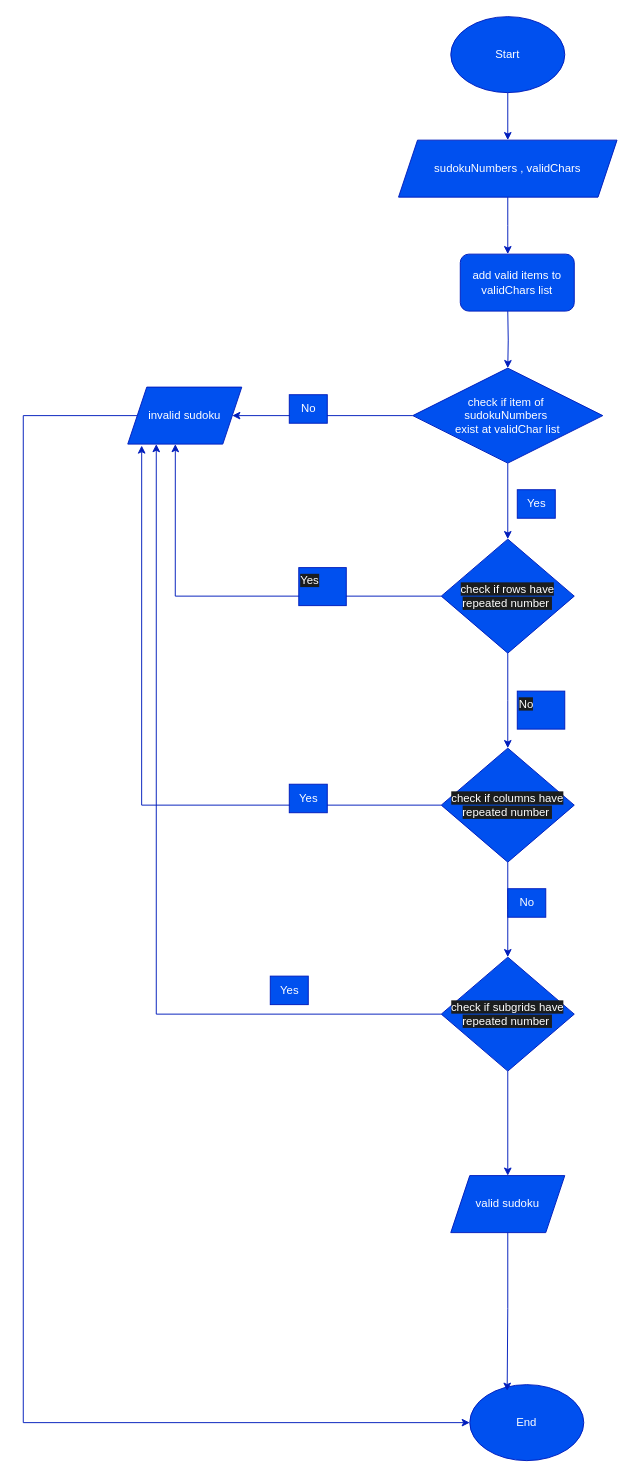
Before: Sudoku.drawio in khaledeid1k/SudokuChecker, a draw.io diagram. Source tidied: cells renumbered, new cells numbered last; positions are measured from the earlier drawing's top-left corner, leaving out a move shared by most shapes. Both pictures are drawn from the tidied source at 95%, with x=0, y=0 at pixel (23, 16).
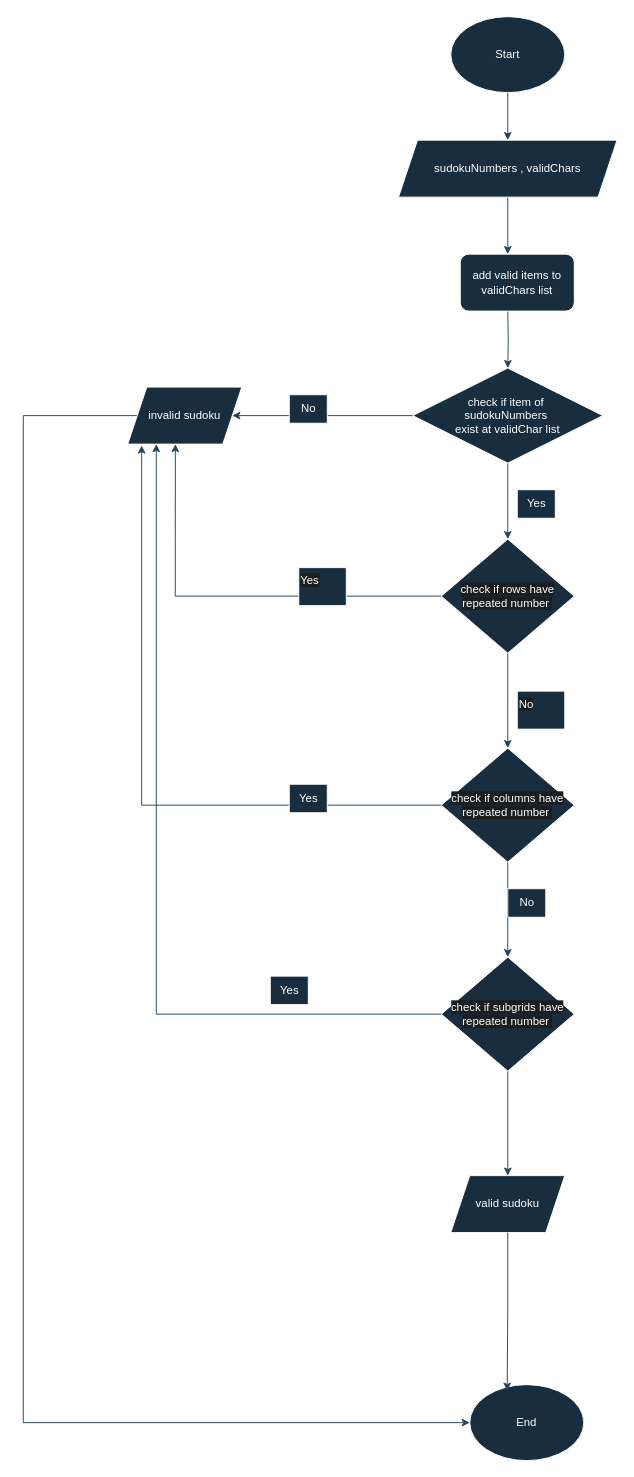
Above is the later version.

Commit message (it also covers changes not shown here):
add flow chart

Diff of the diagram source:
```diff
@@
-    <mxCell id="2" style="edgeStyle=orthogonalEdgeStyle;rounded=0;jettySize=auto;html=1;fillColor=#0050ef;strokeColor=#001DBC;" parent="1" edge="1" source="3" target="5">
+    <mxCell id="2" style="edgeStyle=orthogonalEdgeStyle;rounded=0;jettySize=auto;html=1;strokeColor=#23445D;labelBackgroundColor=none;fontColor=default;" parent="1" edge="1" source="3" target="5">
       <mxGeometry relative="1" as="geometry" />
     </mxCell>
-    <mxCell id="3" value="Start" style="ellipse;whiteSpace=wrap;html=1;fillColor=#0050ef;fontColor=#ffffff;strokeColor=#001DBC;" parent="1" vertex="1">
+    <mxCell id="3" value="Start" style="ellipse;whiteSpace=wrap;html=1;fillColor=#182E3E;fontColor=#FFFFFF;strokeColor=#FFFFFF;labelBackgroundColor=none;" parent="1" vertex="1">
       <mxGeometry x="450" width="120" height="80" as="geometry" />
     </mxCell>
-    <mxCell id="4" style="edgeStyle=orthogonalEdgeStyle;rounded=0;jettySize=auto;html=1;fillColor=#0050ef;strokeColor=#001DBC;" parent="1" edge="1" source="5">
+    <mxCell id="4" style="edgeStyle=orthogonalEdgeStyle;rounded=0;jettySize=auto;html=1;strokeColor=#23445D;labelBackgroundColor=none;fontColor=default;" parent="1" edge="1" source="5">
       <mxGeometry relative="1" as="geometry">
         <mxPoint x="510" y="250" as="targetPoint" />
       </mxGeometry>
     </mxCell>
-    <mxCell id="5" value="sudokuNumbers ,&amp;nbsp;validChars" style="shape=parallelogram;perimeter=parallelogramPerimeter;whiteSpace=wrap;html=1;fixedSize=1;fillColor=#0050ef;fontColor=#ffffff;strokeColor=#001DBC;" parent="1" vertex="1">
+    <mxCell id="5" value="sudokuNumbers ,&amp;nbsp;validChars" style="shape=parallelogram;perimeter=parallelogramPerimeter;whiteSpace=wrap;html=1;fixedSize=1;fillColor=#182E3E;fontColor=#FFFFFF;strokeColor=#FFFFFF;labelBackgroundColor=none;" parent="1" vertex="1">
       <mxGeometry x="395" y="130" width="230" height="60" as="geometry" />
     </mxCell>
-    <mxCell id="6" style="edgeStyle=orthogonalEdgeStyle;rounded=0;jettySize=auto;html=1;fillColor=#0050ef;strokeColor=#001DBC;" parent="1" edge="1" target="9">
+    <mxCell id="6" style="edgeStyle=orthogonalEdgeStyle;rounded=0;jettySize=auto;html=1;strokeColor=#23445D;labelBackgroundColor=none;fontColor=default;" parent="1" edge="1" target="9">
       <mxGeometry relative="1" as="geometry">
         <mxPoint x="510" y="310" as="sourcePoint" />
       </mxGeometry>
     </mxCell>
-    <mxCell id="7" style="edgeStyle=orthogonalEdgeStyle;rounded=0;jettySize=auto;html=1;fillColor=#0050ef;strokeColor=#001DBC;" parent="1" edge="1" source="9">
+    <mxCell id="7" style="edgeStyle=orthogonalEdgeStyle;rounded=0;jettySize=auto;html=1;strokeColor=#23445D;labelBackgroundColor=none;fontColor=default;" parent="1" edge="1" source="9">
       <mxGeometry relative="1" as="geometry">
         <mxPoint x="220" y="420" as="targetPoint" />
       </mxGeometry>
     </mxCell>
-    <mxCell id="8" style="edgeStyle=orthogonalEdgeStyle;rounded=0;jettySize=auto;html=1;fillColor=#0050ef;strokeColor=#001DBC;" parent="1" edge="1" source="9" target="17">
+    <mxCell id="8" style="edgeStyle=orthogonalEdgeStyle;rounded=0;jettySize=auto;html=1;strokeColor=#23445D;labelBackgroundColor=none;fontColor=default;" parent="1" edge="1" source="9" target="17">
       <mxGeometry relative="1" as="geometry" />
     </mxCell>
-    <mxCell id="9" value="check if item of&amp;nbsp;&lt;div&gt;sudokuNumbers&amp;nbsp;&lt;/div&gt;&lt;div&gt;exist at validChar list&lt;/div&gt;" style="rhombus;whiteSpace=wrap;html=1;rounded=0;fillColor=#0050ef;fontColor=#ffffff;strokeColor=#001DBC;" parent="1" vertex="1">
+    <mxCell id="9" value="check if item of&amp;nbsp;&lt;div&gt;sudokuNumbers&amp;nbsp;&lt;/div&gt;&lt;div&gt;exist at validChar list&lt;/div&gt;" style="rhombus;whiteSpace=wrap;html=1;rounded=0;fillColor=#182E3E;fontColor=#FFFFFF;strokeColor=#FFFFFF;labelBackgroundColor=none;" parent="1" vertex="1">
       <mxGeometry x="410" y="370" width="200" height="100" as="geometry" />
     </mxCell>
-    <mxCell id="10" value="No" style="text;html=1;align=center;verticalAlign=middle;fillColor=#0050ef;fontColor=#ffffff;strokeColor=#001DBC;" parent="1" vertex="1">
+    <mxCell id="10" value="No" style="text;html=1;align=center;verticalAlign=middle;fillColor=#182E3E;fontColor=#FFFFFF;strokeColor=#FFFFFF;labelBackgroundColor=none;" parent="1" vertex="1">
       <mxGeometry x="280" y="398" width="40" height="30" as="geometry" />
     </mxCell>
-    <mxCell id="11" value="End" style="ellipse;whiteSpace=wrap;html=1;fillColor=#0050ef;fontColor=#ffffff;strokeColor=#001DBC;" parent="1" vertex="1">
+    <mxCell id="11" value="End" style="ellipse;whiteSpace=wrap;html=1;fillColor=#182E3E;fontColor=#FFFFFF;strokeColor=#FFFFFF;labelBackgroundColor=none;" parent="1" vertex="1">
       <mxGeometry x="470" y="1440" width="120" height="80" as="geometry" />
     </mxCell>
-    <mxCell id="12" style="edgeStyle=orthogonalEdgeStyle;rounded=0;jettySize=auto;html=1;entryX=0;entryY=0.5;entryDx=0;entryDy=0;fillColor=#0050ef;strokeColor=#001DBC;" parent="1" edge="1" source="13" target="11">
+    <mxCell id="12" style="edgeStyle=orthogonalEdgeStyle;rounded=0;jettySize=auto;html=1;entryX=0;entryY=0.5;entryDx=0;entryDy=0;strokeColor=#23445D;labelBackgroundColor=none;fontColor=default;" parent="1" edge="1" source="13" target="11">
       <mxGeometry relative="1" as="geometry">
         <Array as="points">
           <mxPoint y="420" />
           <mxPoint y="1480" />
           <mxPoint x="470" y="1480" />
         </Array>
       </mxGeometry>
     </mxCell>
-    <mxCell id="13" value="invalid&amp;nbsp;sudoku" style="shape=parallelogram;perimeter=parallelogramPerimeter;whiteSpace=wrap;html=1;fixedSize=1;fillColor=#0050ef;fontColor=#ffffff;strokeColor=#001DBC;" parent="1" vertex="1">
+    <mxCell id="13" value="invalid&amp;nbsp;sudoku" style="shape=parallelogram;perimeter=parallelogramPerimeter;whiteSpace=wrap;html=1;fixedSize=1;fillColor=#182E3E;fontColor=#FFFFFF;strokeColor=#FFFFFF;labelBackgroundColor=none;" parent="1" vertex="1">
       <mxGeometry x="110" y="390" width="120" height="60" as="geometry" />
     </mxCell>
-    <mxCell id="14" value="Yes" style="text;html=1;align=center;verticalAlign=middle;fillColor=#0050ef;fontColor=#ffffff;strokeColor=#001DBC;" parent="1" vertex="1">
+    <mxCell id="14" value="Yes" style="text;html=1;align=center;verticalAlign=middle;fillColor=#182E3E;fontColor=#FFFFFF;strokeColor=#FFFFFF;labelBackgroundColor=none;" parent="1" vertex="1">
       <mxGeometry x="520" y="498" width="40" height="30" as="geometry" />
     </mxCell>
-    <mxCell id="15" value="add valid items to validChars list" style="rounded=1;whiteSpace=wrap;html=1;fillColor=#0050ef;fontColor=#ffffff;strokeColor=#001DBC;" parent="1" vertex="1">
+    <mxCell id="15" value="add valid items to validChars list" style="rounded=1;whiteSpace=wrap;html=1;fillColor=#182E3E;fontColor=#FFFFFF;strokeColor=#FFFFFF;labelBackgroundColor=none;" parent="1" vertex="1">
       <mxGeometry x="460" y="250" width="120" height="60" as="geometry" />
     </mxCell>
-    <mxCell id="16" style="edgeStyle=orthogonalEdgeStyle;rounded=0;jettySize=auto;html=1;fillColor=#0050ef;strokeColor=#001DBC;" parent="1" edge="1" source="17">
+    <mxCell id="16" style="edgeStyle=orthogonalEdgeStyle;rounded=0;jettySize=auto;html=1;strokeColor=#23445D;labelBackgroundColor=none;fontColor=default;" parent="1" edge="1" source="17">
       <mxGeometry relative="1" as="geometry">
         <mxPoint x="510" y="770" as="targetPoint" />
       </mxGeometry>
     </mxCell>
-    <mxCell id="17" value="&lt;br&gt;&lt;span style=&quot;color: rgb(255, 255, 255); font-family: Helvetica; font-size: 12px; font-style: normal; font-variant-ligatures: normal; font-variant-caps: normal; font-weight: 400; letter-spacing: normal; orphans: 2; text-align: center; text-indent: 0px; text-transform: none; widows: 2; word-spacing: 0px; -webkit-text-stroke-width: 0px; white-space: normal; background-color: rgb(27, 29, 30); text-decoration-thickness: initial; text-decoration-style: initial; text-decoration-color: initial; display: inline !important; float: none;&quot;&gt;check if rows have repeated number&amp;nbsp;&lt;/span&gt;&lt;div&gt;&lt;br/&gt;&lt;/div&gt;" style="rhombus;whiteSpace=wrap;html=1;fillColor=#0050ef;fontColor=#ffffff;strokeColor=#001DBC;" parent="1" vertex="1">
+    <mxCell id="17" value="&lt;br&gt;&lt;span style=&quot;color: rgb(255, 255, 255); font-family: Helvetica; font-size: 12px; font-style: normal; font-variant-ligatures: normal; font-variant-caps: normal; font-weight: 400; letter-spacing: normal; orphans: 2; text-align: center; text-indent: 0px; text-transform: none; widows: 2; word-spacing: 0px; -webkit-text-stroke-width: 0px; white-space: normal; background-color: rgb(27, 29, 30); text-decoration-thickness: initial; text-decoration-style: initial; text-decoration-color: initial; display: inline !important; float: none;&quot;&gt;check if rows have repeated number&amp;nbsp;&lt;/span&gt;&lt;div&gt;&lt;br/&gt;&lt;/div&gt;" style="rhombus;whiteSpace=wrap;html=1;fillColor=#182E3E;fontColor=#FFFFFF;strokeColor=#FFFFFF;labelBackgroundColor=none;" parent="1" vertex="1">
       <mxGeometry x="440" y="550" width="140" height="120" as="geometry" />
     </mxCell>
-    <mxCell id="18" style="edgeStyle=orthogonalEdgeStyle;rounded=0;jettySize=auto;html=1;entryX=0.417;entryY=1;entryDx=0;entryDy=0;entryPerimeter=0;fillColor=#0050ef;strokeColor=#001DBC;" parent="1" edge="1" source="17" target="13">
+    <mxCell id="18" style="edgeStyle=orthogonalEdgeStyle;rounded=0;jettySize=auto;html=1;entryX=0.417;entryY=1;entryDx=0;entryDy=0;entryPerimeter=0;strokeColor=#23445D;labelBackgroundColor=none;fontColor=default;" parent="1" edge="1" source="17" target="13">
       <mxGeometry relative="1" as="geometry" />
     </mxCell>
-    <mxCell id="19" value="&lt;span style=&quot;color: rgb(255, 255, 255); font-family: Helvetica; font-size: 12px; font-style: normal; font-variant-ligatures: normal; font-variant-caps: normal; font-weight: 400; letter-spacing: normal; orphans: 2; text-align: center; text-indent: 0px; text-transform: none; widows: 2; word-spacing: 0px; -webkit-text-stroke-width: 0px; white-space: nowrap; background-color: rgb(27, 29, 30); text-decoration-thickness: initial; text-decoration-style: initial; text-decoration-color: initial; display: inline !important; float: none;&quot;&gt;Yes&lt;/span&gt;" style="text;whiteSpace=wrap;html=1;fillColor=#0050ef;fontColor=#ffffff;strokeColor=#001DBC;" parent="1" vertex="1">
+    <mxCell id="19" value="&lt;span style=&quot;color: rgb(255, 255, 255); font-family: Helvetica; font-size: 12px; font-style: normal; font-variant-ligatures: normal; font-variant-caps: normal; font-weight: 400; letter-spacing: normal; orphans: 2; text-align: center; text-indent: 0px; text-transform: none; widows: 2; word-spacing: 0px; -webkit-text-stroke-width: 0px; white-space: nowrap; background-color: rgb(27, 29, 30); text-decoration-thickness: initial; text-decoration-style: initial; text-decoration-color: initial; display: inline !important; float: none;&quot;&gt;Yes&lt;/span&gt;" style="text;whiteSpace=wrap;html=1;fillColor=#182E3E;fontColor=#FFFFFF;strokeColor=#FFFFFF;labelBackgroundColor=none;" parent="1" vertex="1">
       <mxGeometry x="290" y="580" width="50" height="40" as="geometry" />
     </mxCell>
-    <mxCell id="20" value="&lt;span style=&quot;color: rgb(255, 255, 255); font-family: Helvetica; font-size: 12px; font-style: normal; font-variant-ligatures: normal; font-variant-caps: normal; font-weight: 400; letter-spacing: normal; orphans: 2; text-align: center; text-indent: 0px; text-transform: none; widows: 2; word-spacing: 0px; -webkit-text-stroke-width: 0px; white-space: nowrap; background-color: rgb(27, 29, 30); text-decoration-thickness: initial; text-decoration-style: initial; text-decoration-color: initial; display: inline !important; float: none;&quot;&gt;No&lt;/span&gt;" style="text;whiteSpace=wrap;html=1;fillColor=#0050ef;fontColor=#ffffff;strokeColor=#001DBC;" parent="1" vertex="1">
+    <mxCell id="20" value="&lt;span style=&quot;color: rgb(255, 255, 255); font-family: Helvetica; font-size: 12px; font-style: normal; font-variant-ligatures: normal; font-variant-caps: normal; font-weight: 400; letter-spacing: normal; orphans: 2; text-align: center; text-indent: 0px; text-transform: none; widows: 2; word-spacing: 0px; -webkit-text-stroke-width: 0px; white-space: nowrap; background-color: rgb(27, 29, 30); text-decoration-thickness: initial; text-decoration-style: initial; text-decoration-color: initial; display: inline !important; float: none;&quot;&gt;No&lt;/span&gt;" style="text;whiteSpace=wrap;html=1;fillColor=#182E3E;fontColor=#FFFFFF;strokeColor=#FFFFFF;labelBackgroundColor=none;" parent="1" vertex="1">
       <mxGeometry x="520" y="710" width="50" height="40" as="geometry" />
     </mxCell>
-    <mxCell id="21" style="edgeStyle=orthogonalEdgeStyle;rounded=0;jettySize=auto;html=1;fillColor=#0050ef;strokeColor=#001DBC;" parent="1" edge="1" source="22">
+    <mxCell id="21" style="edgeStyle=orthogonalEdgeStyle;rounded=0;jettySize=auto;html=1;strokeColor=#23445D;labelBackgroundColor=none;fontColor=default;" parent="1" edge="1" source="22">
       <mxGeometry relative="1" as="geometry">
         <mxPoint x="510" y="990" as="targetPoint" />
       </mxGeometry>
     </mxCell>
-    <mxCell id="22" value="&lt;br&gt;&lt;span style=&quot;color: rgb(255, 255, 255); font-family: Helvetica; font-size: 12px; font-style: normal; font-variant-ligatures: normal; font-variant-caps: normal; font-weight: 400; letter-spacing: normal; orphans: 2; text-align: center; text-indent: 0px; text-transform: none; widows: 2; word-spacing: 0px; -webkit-text-stroke-width: 0px; white-space: normal; background-color: rgb(27, 29, 30); text-decoration-thickness: initial; text-decoration-style: initial; text-decoration-color: initial; display: inline !important; float: none;&quot;&gt;check if columns have repeated number&amp;nbsp;&lt;/span&gt;&lt;div&gt;&lt;br&gt;&lt;/div&gt;" style="rhombus;whiteSpace=wrap;html=1;fillColor=#0050ef;fontColor=#ffffff;strokeColor=#001DBC;" parent="1" vertex="1">
+    <mxCell id="22" value="&lt;br&gt;&lt;span style=&quot;color: rgb(255, 255, 255); font-family: Helvetica; font-size: 12px; font-style: normal; font-variant-ligatures: normal; font-variant-caps: normal; font-weight: 400; letter-spacing: normal; orphans: 2; text-align: center; text-indent: 0px; text-transform: none; widows: 2; word-spacing: 0px; -webkit-text-stroke-width: 0px; white-space: normal; background-color: rgb(27, 29, 30); text-decoration-thickness: initial; text-decoration-style: initial; text-decoration-color: initial; display: inline !important; float: none;&quot;&gt;check if columns have repeated number&amp;nbsp;&lt;/span&gt;&lt;div&gt;&lt;br&gt;&lt;/div&gt;" style="rhombus;whiteSpace=wrap;html=1;fillColor=#182E3E;fontColor=#FFFFFF;strokeColor=#FFFFFF;labelBackgroundColor=none;" parent="1" vertex="1">
       <mxGeometry x="440" y="770" width="140" height="120" as="geometry" />
     </mxCell>
-    <mxCell id="23" style="edgeStyle=orthogonalEdgeStyle;rounded=0;jettySize=auto;html=1;entryX=0.122;entryY=1.025;entryDx=0;entryDy=0;entryPerimeter=0;fillColor=#0050ef;strokeColor=#001DBC;" parent="1" edge="1" source="22" target="13">
+    <mxCell id="23" style="edgeStyle=orthogonalEdgeStyle;rounded=0;jettySize=auto;html=1;entryX=0.122;entryY=1.025;entryDx=0;entryDy=0;entryPerimeter=0;strokeColor=#23445D;labelBackgroundColor=none;fontColor=default;" parent="1" edge="1" source="22" target="13">
       <mxGeometry relative="1" as="geometry" />
     </mxCell>
-    <mxCell id="24" value="Yes" style="text;html=1;align=center;verticalAlign=middle;fillColor=#0050ef;fontColor=#ffffff;strokeColor=#001DBC;" parent="1" vertex="1">
+    <mxCell id="24" value="Yes" style="text;html=1;align=center;verticalAlign=middle;fillColor=#182E3E;fontColor=#FFFFFF;strokeColor=#FFFFFF;labelBackgroundColor=none;" parent="1" vertex="1">
       <mxGeometry x="280" y="808" width="40" height="30" as="geometry" />
     </mxCell>
-    <mxCell id="25" style="edgeStyle=orthogonalEdgeStyle;rounded=0;jettySize=auto;html=1;entryX=0.25;entryY=1;entryDx=0;entryDy=0;fillColor=#0050ef;strokeColor=#001DBC;" parent="1" edge="1" source="27" target="13">
+    <mxCell id="25" style="edgeStyle=orthogonalEdgeStyle;rounded=0;jettySize=auto;html=1;entryX=0.25;entryY=1;entryDx=0;entryDy=0;strokeColor=#23445D;labelBackgroundColor=none;fontColor=default;" parent="1" edge="1" source="27" target="13">
       <mxGeometry relative="1" as="geometry" />
     </mxCell>
-    <mxCell id="26" style="edgeStyle=orthogonalEdgeStyle;rounded=0;jettySize=auto;html=1;fillColor=#0050ef;strokeColor=#001DBC;" parent="1" edge="1" source="27" target="30">
+    <mxCell id="26" style="edgeStyle=orthogonalEdgeStyle;rounded=0;jettySize=auto;html=1;strokeColor=#23445D;labelBackgroundColor=none;fontColor=default;" parent="1" edge="1" source="27" target="30">
       <mxGeometry relative="1" as="geometry" />
     </mxCell>
-    <mxCell id="27" value="&lt;br&gt;&lt;span style=&quot;color: rgb(255, 255, 255); font-family: Helvetica; font-size: 12px; font-style: normal; font-variant-ligatures: normal; font-variant-caps: normal; font-weight: 400; letter-spacing: normal; orphans: 2; text-align: center; text-indent: 0px; text-transform: none; widows: 2; word-spacing: 0px; -webkit-text-stroke-width: 0px; white-space: normal; background-color: rgb(27, 29, 30); text-decoration-thickness: initial; text-decoration-style: initial; text-decoration-color: initial; display: inline !important; float: none;&quot;&gt;check if subgrids have repeated number&amp;nbsp;&lt;/span&gt;&lt;div&gt;&lt;br&gt;&lt;/div&gt;" style="rhombus;whiteSpace=wrap;html=1;fillColor=#0050ef;fontColor=#ffffff;strokeColor=#001DBC;" parent="1" vertex="1">
+    <mxCell id="27" value="&lt;br&gt;&lt;span style=&quot;color: rgb(255, 255, 255); font-family: Helvetica; font-size: 12px; font-style: normal; font-variant-ligatures: normal; font-variant-caps: normal; font-weight: 400; letter-spacing: normal; orphans: 2; text-align: center; text-indent: 0px; text-transform: none; widows: 2; word-spacing: 0px; -webkit-text-stroke-width: 0px; white-space: normal; background-color: rgb(27, 29, 30); text-decoration-thickness: initial; text-decoration-style: initial; text-decoration-color: initial; display: inline !important; float: none;&quot;&gt;check if subgrids have repeated number&amp;nbsp;&lt;/span&gt;&lt;div&gt;&lt;br&gt;&lt;/div&gt;" style="rhombus;whiteSpace=wrap;html=1;fillColor=#182E3E;fontColor=#FFFFFF;strokeColor=#FFFFFF;labelBackgroundColor=none;" parent="1" vertex="1">
       <mxGeometry x="440" y="990" width="140" height="120" as="geometry" />
     </mxCell>
-    <mxCell id="28" value="No" style="text;html=1;align=center;verticalAlign=middle;fillColor=#0050ef;fontColor=#ffffff;strokeColor=#001DBC;" parent="1" vertex="1">
+    <mxCell id="28" value="No" style="text;html=1;align=center;verticalAlign=middle;fillColor=#182E3E;fontColor=#FFFFFF;strokeColor=#FFFFFF;labelBackgroundColor=none;" parent="1" vertex="1">
       <mxGeometry x="510" y="918" width="40" height="30" as="geometry" />
     </mxCell>
-    <mxCell id="29" value="Yes" style="text;html=1;align=center;verticalAlign=middle;fillColor=#0050ef;fontColor=#ffffff;strokeColor=#001DBC;" parent="1" vertex="1">
+    <mxCell id="29" value="Yes" style="text;html=1;align=center;verticalAlign=middle;fillColor=#182E3E;fontColor=#FFFFFF;strokeColor=#FFFFFF;labelBackgroundColor=none;" parent="1" vertex="1">
       <mxGeometry x="260" y="1010" width="40" height="30" as="geometry" />
     </mxCell>
-    <mxCell id="30" value="valid&amp;nbsp;sudoku" style="shape=parallelogram;perimeter=parallelogramPerimeter;whiteSpace=wrap;html=1;fixedSize=1;fillColor=#0050ef;fontColor=#ffffff;strokeColor=#001DBC;" parent="1" vertex="1">
+    <mxCell id="30" value="valid&amp;nbsp;sudoku" style="shape=parallelogram;perimeter=parallelogramPerimeter;whiteSpace=wrap;html=1;fixedSize=1;fillColor=#182E3E;fontColor=#FFFFFF;strokeColor=#FFFFFF;labelBackgroundColor=none;" parent="1" vertex="1">
       <mxGeometry x="450" y="1220" width="120" height="60" as="geometry" />
     </mxCell>
-    <mxCell id="31" style="edgeStyle=orthogonalEdgeStyle;rounded=0;jettySize=auto;html=1;entryX=0.328;entryY=0.08;entryDx=0;entryDy=0;entryPerimeter=0;fillColor=#0050ef;strokeColor=#001DBC;" parent="1" edge="1" source="30" target="11">
+    <mxCell id="31" style="edgeStyle=orthogonalEdgeStyle;rounded=0;jettySize=auto;html=1;entryX=0.328;entryY=0.08;entryDx=0;entryDy=0;entryPerimeter=0;strokeColor=#23445D;labelBackgroundColor=none;fontColor=default;" parent="1" edge="1" source="30" target="11">
       <mxGeometry relative="1" as="geometry" />
     </mxCell>
```
